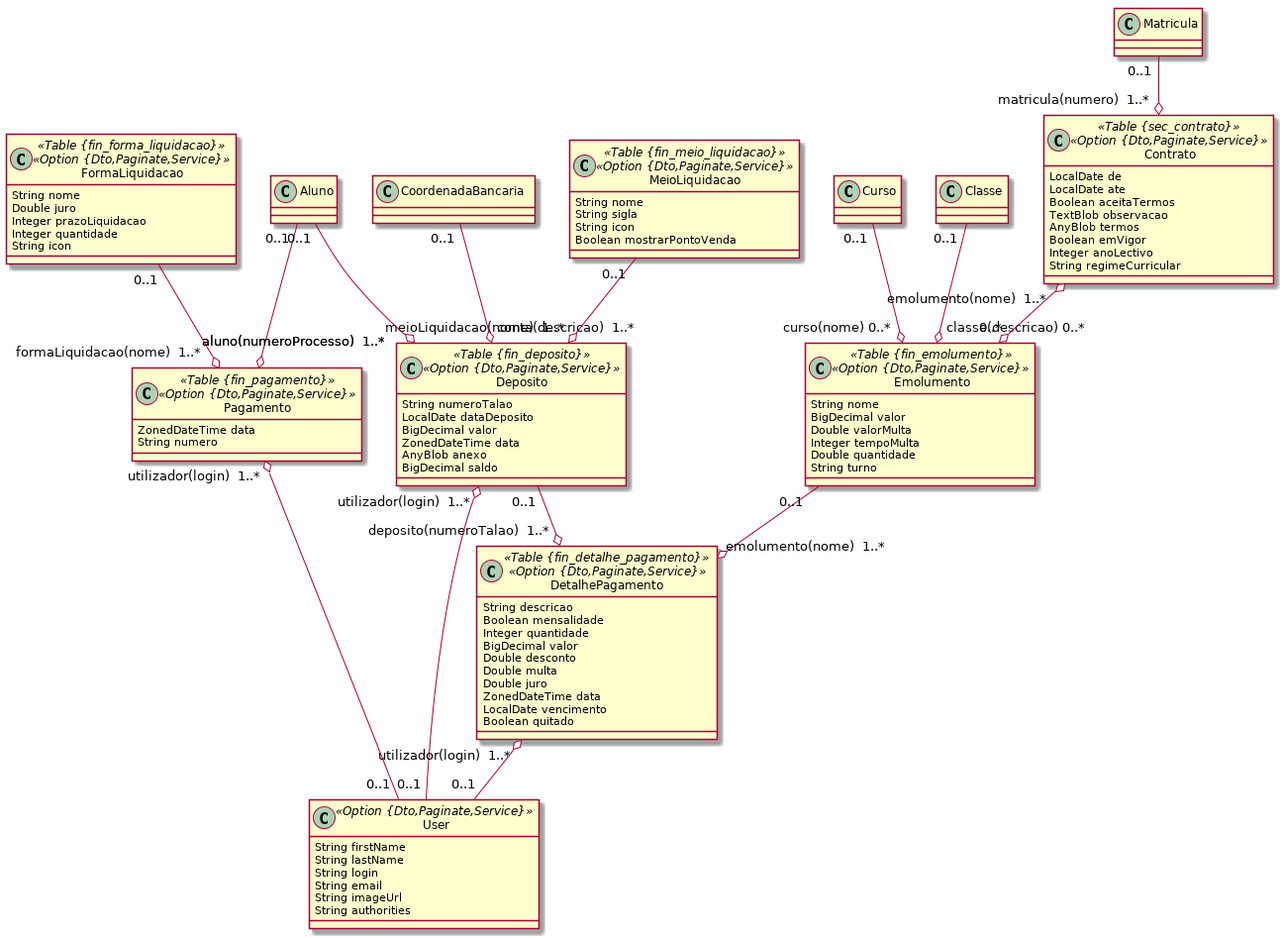
Earlier version of the PlantUML export domain-ensino/4tesouraria.png (ravunana/manda-ensino).
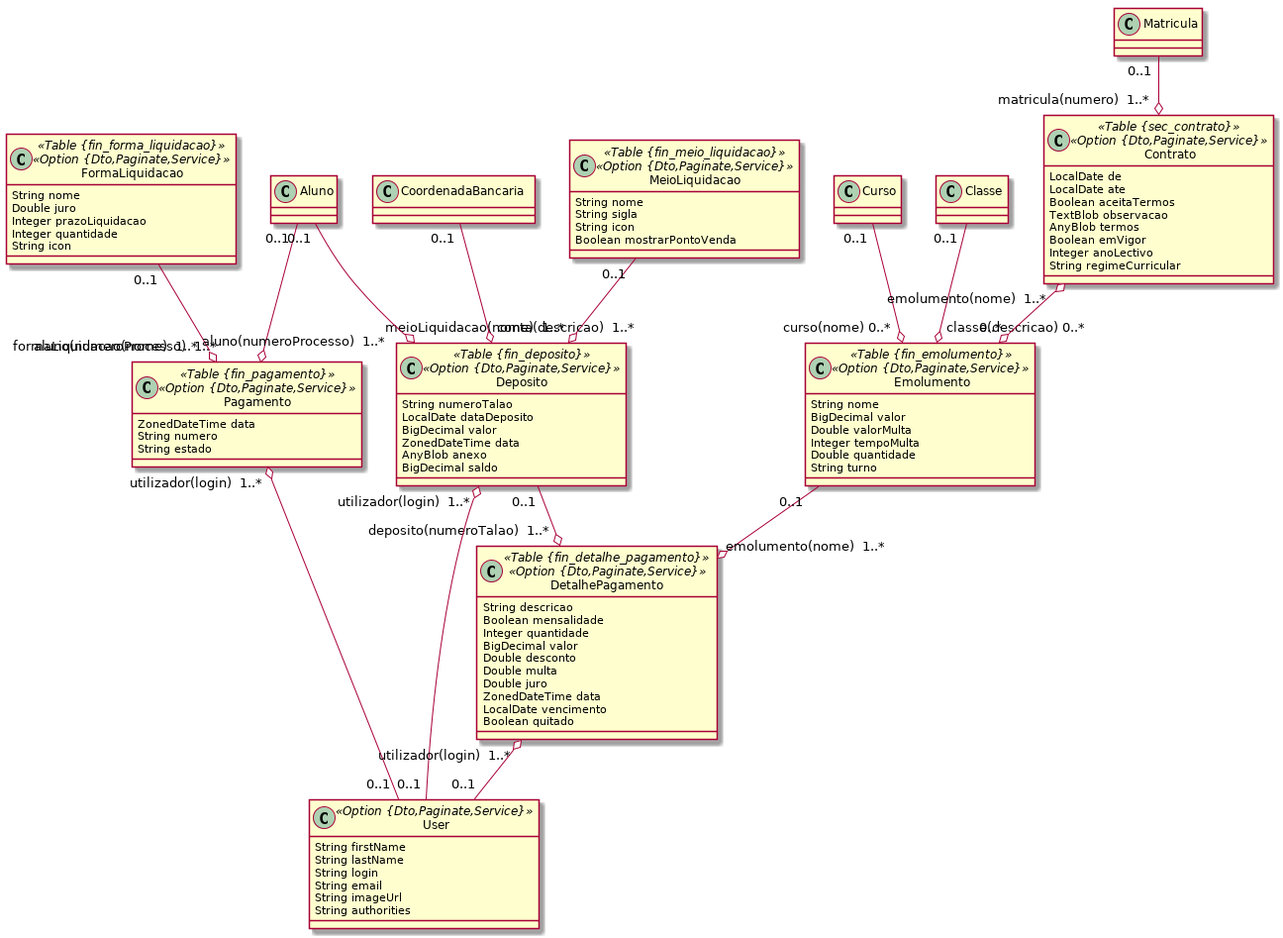
Above is the later version.

The edit, as a diff of the source:
```diff
@@ -32,6 +32,7 @@
 	class Pagamento <<Table {fin_pagamento}>><<Option {Dto,Paginate,Service}>> {
 		ZonedDateTime data
 		String numero
+		String estado
 	}
 	class DetalhePagamento <<Table {fin_detalhe_pagamento}>><<Option {Dto,Paginate,Service}>> {
 		String descricao
```
